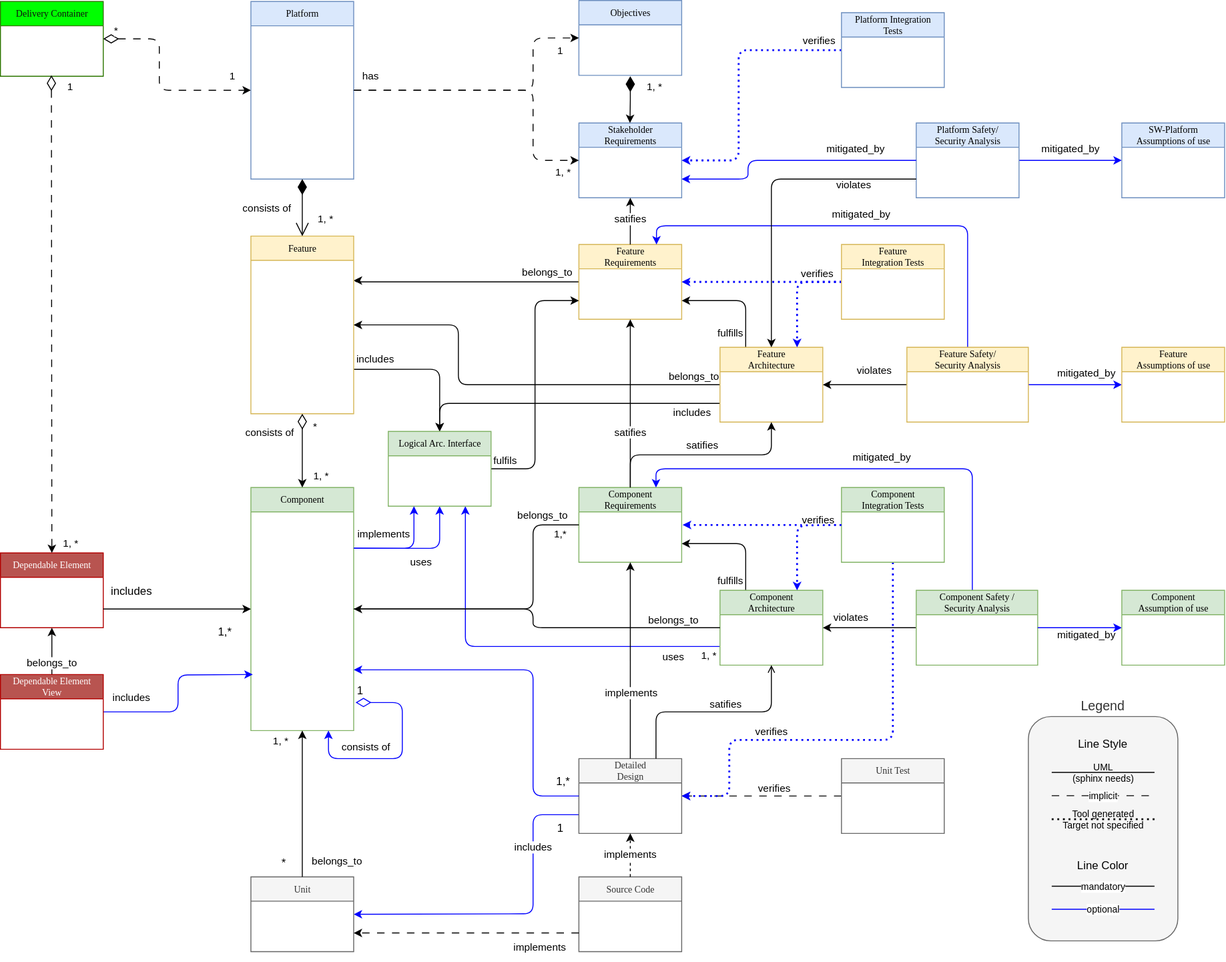
This is process/general_concepts/_assets/score_building_blocks_meta_model.drawio.svg from qorix-group/process_description, a draw.io export, as it was before one commit. Source tidied: cells renumbered, new cells last; positions are measured from the earlier drawing's top-left corner, leaving out a move shared by most shapes.
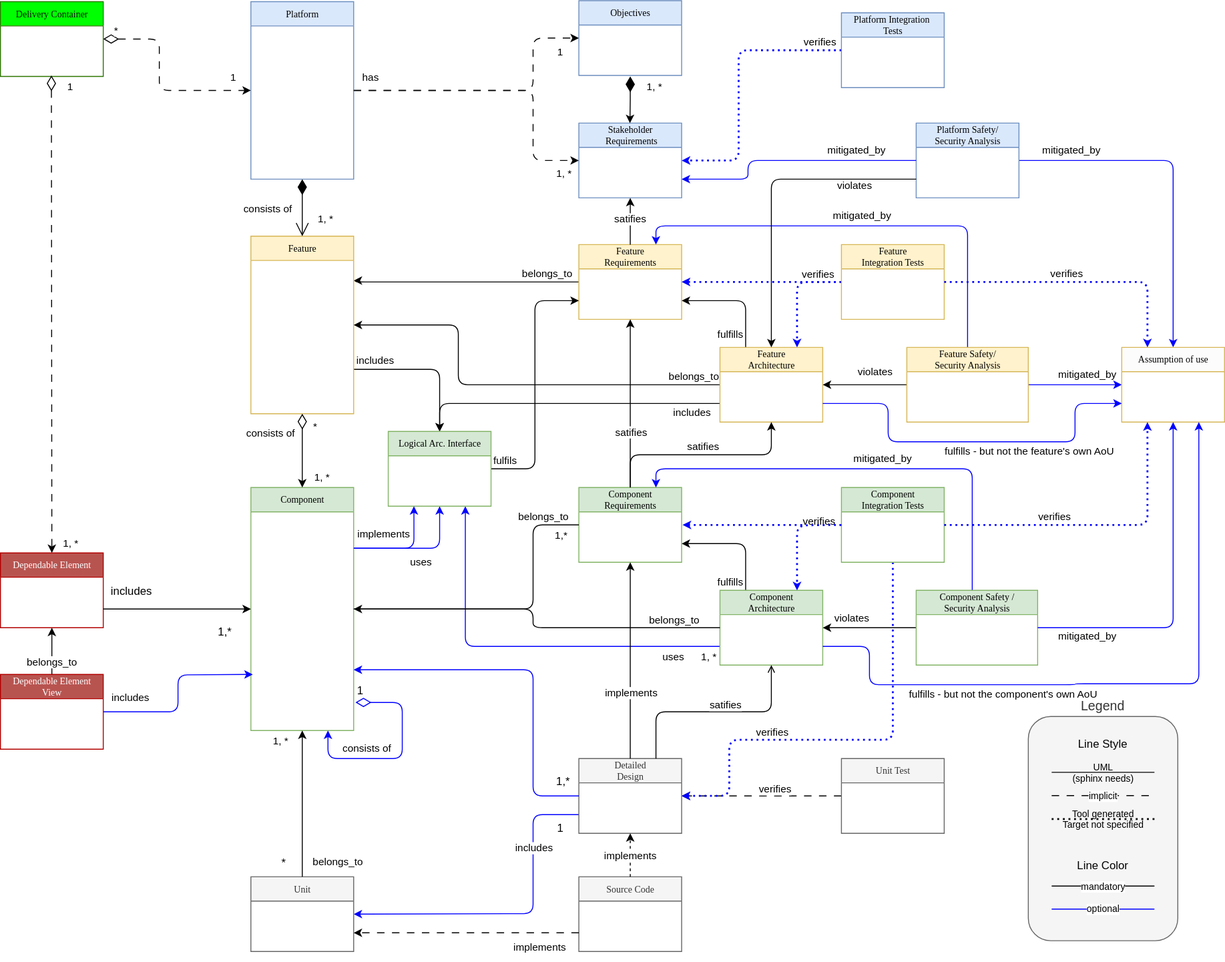
After the commit.

What changed in the source:
```diff
@@ -130,11 +130,10 @@
     <mxCell id="30" value="Source Code" style="swimlane;html=1;fontStyle=0;horizontal=1;startSize=26;fillColor=#f5f5f5;swimlaneFillColor=#ffffff;rounded=0;shadow=0;comic=0;labelBackgroundColor=none;strokeWidth=1;fontFamily=Verdana;fontSize=10;align=center;fontColor=#333333;strokeColor=#666666;" parent="1" vertex="1">
       <mxGeometry x="619" y="937.5" width="110" height="80" as="geometry" />
     </mxCell>
-    <mxCell id="31" style="edgeStyle=orthogonalEdgeStyle;rounded=0;jettySize=auto;html=1;entryX=0;entryY=0.5;entryDx=0;entryDy=0;exitX=1;exitY=0.5;exitDx=0;exitDy=0;strokeColor=#0000FF;" parent="1" edge="1" source="107" target="104">
+    <mxCell id="31" style="edgeStyle=orthogonalEdgeStyle;rounded=1;jettySize=auto;html=1;entryX=0.5;entryY=0;entryDx=0;entryDy=0;exitX=1;exitY=0.5;exitDx=0;exitDy=0;strokeColor=#0000FF;" parent="1" edge="1" source="107" target="75">
       <mxGeometry relative="1" as="geometry">
         <Array as="points">
-          <mxPoint x="1170" y="171" />
-          <mxPoint x="1170" y="171" />
+          <mxPoint x="1255" y="171" />
         </Array>
       </mxGeometry>
     </mxCell>
@@ -349,7 +348,7 @@
     <mxCell id="74" value="Feature Safety/&lt;br&gt;Security Analysis" style="swimlane;html=1;fontStyle=0;horizontal=1;startSize=26;fillColor=#fff2cc;swimlaneFillColor=#ffffff;rounded=0;shadow=0;comic=0;labelBackgroundColor=none;strokeWidth=1;fontFamily=Verdana;fontSize=10;align=center;strokeColor=#d6b656;" parent="1" vertex="1">
       <mxGeometry x="970" y="371" width="130" height="80" as="geometry" />
     </mxCell>
-    <mxCell id="75" value="Feature &lt;br&gt;Assumptions of use" style="swimlane;html=1;fontStyle=0;horizontal=1;startSize=26;fillColor=#fff2cc;swimlaneFillColor=#ffffff;rounded=0;shadow=0;comic=0;labelBackgroundColor=none;strokeWidth=1;fontFamily=Verdana;fontSize=10;align=center;strokeColor=#d6b656;" parent="1" vertex="1">
+    <mxCell id="75" value="Assumption of use" style="swimlane;html=1;fontStyle=0;horizontal=1;startSize=26;fillColor=#fcfcfc;swimlaneFillColor=#ffffff;rounded=0;shadow=0;comic=0;labelBackgroundColor=none;strokeWidth=1;fontFamily=Verdana;fontSize=10;align=center;strokeColor=#d6b656;" parent="1" vertex="1">
       <mxGeometry x="1200" y="371" width="110" height="80" as="geometry" />
     </mxCell>
     <mxCell id="76" style="edgeStyle=orthogonalEdgeStyle;rounded=1;jettySize=auto;html=1;entryX=1;entryY=0.5;entryDx=0;entryDy=0;dashed=1;curved=0;strokeColor=#0000FF;dashPattern=1 2;strokeWidth=2;endSize=3;" parent="1" edge="1" source="77" target="32">
@@ -423,12 +422,9 @@
     <mxCell id="90" value="Component Safety /&lt;br&gt;Security Analysis" style="swimlane;html=1;fontStyle=0;horizontal=1;startSize=26;fillColor=#d5e8d4;swimlaneFillColor=#ffffff;rounded=0;shadow=0;comic=0;labelBackgroundColor=none;strokeWidth=1;fontFamily=Verdana;fontSize=10;align=center;strokeColor=#82b366;" parent="1" vertex="1">
       <mxGeometry x="980" y="631" width="130" height="80" as="geometry" />
     </mxCell>
-    <mxCell id="91" style="edgeStyle=orthogonalEdgeStyle;rounded=0;jettySize=auto;html=1;entryX=1;entryY=0.5;entryDx=0;entryDy=0;startArrow=classic;startFill=1;endArrow=none;endFill=0;strokeColor=#0000FF;" parent="1" edge="1" source="92" target="90">
+    <mxCell id="91" style="edgeStyle=orthogonalEdgeStyle;rounded=1;jettySize=auto;html=1;entryX=1;entryY=0.5;entryDx=0;entryDy=0;startArrow=classic;startFill=1;endArrow=none;endFill=0;strokeColor=#0000FF;exitX=0.5;exitY=1;exitDx=0;exitDy=0;" parent="1" edge="1" source="75" target="90">
       <mxGeometry relative="1" as="geometry" />
     </mxCell>
-    <mxCell id="92" value="Component&lt;br&gt;Assumption of use" style="swimlane;html=1;fontStyle=0;horizontal=1;startSize=26;fillColor=#d5e8d4;swimlaneFillColor=#ffffff;rounded=0;shadow=0;comic=0;labelBackgroundColor=none;strokeWidth=1;fontFamily=Verdana;fontSize=10;align=center;strokeColor=#82b366;" parent="1" vertex="1">
-      <mxGeometry x="1200" y="631" width="110" height="80" as="geometry" />
-    </mxCell>
     <mxCell id="93" value="violates" style="edgeLabel;html=1;align=center;verticalAlign=middle;" parent="1" vertex="1">
       <mxGeometry x="900" y="681" as="geometry">
         <mxPoint x="10" y="-21" as="offset" />
@@ -478,9 +474,6 @@
         <mxPoint x="900" y="561" as="sourcePoint" />
       </mxGeometry>
     </mxCell>
-    <mxCell id="104" value="SW-Platform&lt;br&gt;Assumptions of use" style="swimlane;html=1;fontStyle=0;horizontal=1;startSize=26;fillColor=#dae8fc;swimlaneFillColor=#ffffff;rounded=0;shadow=0;comic=0;labelBackgroundColor=none;strokeWidth=1;fontFamily=Verdana;fontSize=10;align=center;strokeColor=#6c8ebf;" parent="1" vertex="1">
-      <mxGeometry x="1200" y="131" width="110" height="80" as="geometry" />
-    </mxCell>
     <mxCell id="105" value="mitigated_by" style="edgeLabel;html=1;align=center;verticalAlign=middle;" parent="1" vertex="1">
       <mxGeometry x="1090" y="301" as="geometry">
         <mxPoint x="55" y="-142" as="offset" />
@@ -605,5 +598,52 @@
         <mxPoint x="13" y="-8" as="offset" />
       </mxGeometry>
     </mxCell>
+    <mxCell id="130" style="edgeStyle=orthogonalEdgeStyle;rounded=1;jettySize=auto;html=1;entryX=1;entryY=0.75;entryDx=0;entryDy=0;exitX=0;exitY=0.75;exitDx=0;exitDy=0;strokeColor=#0000ff;startArrow=classic;startFill=1;endArrow=none;endFill=0;" parent="1" edge="1" source="75" target="17">
+      <mxGeometry relative="1" as="geometry">
+        <Array as="points">
+          <mxPoint x="1150" y="431" />
+          <mxPoint x="1150" y="472" />
+          <mxPoint x="950" y="472" />
+          <mxPoint x="950" y="431" />
+        </Array>
+      </mxGeometry>
+    </mxCell>
+    <mxCell id="131" value="fulfills - but not the feature's own AoU" style="edgeLabel;html=1;align=center;verticalAlign=middle;" parent="130" vertex="1">
+      <mxGeometry x="-0.28" y="1" relative="1" as="geometry">
+        <mxPoint x="4" y="8" as="offset" />
+      </mxGeometry>
+    </mxCell>
+    <mxCell id="132" style="edgeStyle=orthogonalEdgeStyle;rounded=1;jettySize=auto;html=1;exitX=0.75;exitY=1;exitDx=0;exitDy=0;strokeColor=#0000ff;startArrow=classic;startFill=1;endArrow=none;endFill=0;entryX=1;entryY=0.75;entryDx=0;entryDy=0;" parent="1" edge="1" source="75" target="50">
+      <mxGeometry relative="1" as="geometry">
+        <Array as="points">
+          <mxPoint x="1283" y="731" />
+          <mxPoint x="1150" y="731" />
+          <mxPoint x="1150" y="732" />
+          <mxPoint x="930" y="732" />
+          <mxPoint x="930" y="691" />
+        </Array>
+      </mxGeometry>
+    </mxCell>
+    <mxCell id="133" value="fulfills - but not the component's own AoU" style="edgeLabel;html=1;align=center;verticalAlign=middle;" parent="132" vertex="1">
+      <mxGeometry x="0.35" y="-2" relative="1" as="geometry">
+        <mxPoint y="11" as="offset" />
+      </mxGeometry>
+    </mxCell>
+    <mxCell id="134" style="edgeStyle=orthogonalEdgeStyle;rounded=1;jettySize=auto;html=1;entryX=0.25;entryY=0;entryDx=0;entryDy=0;dashed=1;curved=0;strokeColor=#0000FF;dashPattern=1 2;strokeWidth=2;endSize=3;exitX=1;exitY=0.5;exitDx=0;exitDy=0;" parent="1" edge="1" source="80" target="75">
+      <mxGeometry relative="1" as="geometry" />
+    </mxCell>
+    <mxCell id="135" value="verifies" style="edgeLabel;html=1;align=center;verticalAlign=middle;" parent="134" vertex="1">
+      <mxGeometry x="-0.12" y="2" relative="1" as="geometry">
+        <mxPoint x="4" y="-8" as="offset" />
+      </mxGeometry>
+    </mxCell>
+    <mxCell id="136" style="edgeStyle=orthogonalEdgeStyle;rounded=1;jettySize=auto;html=1;entryX=0.25;entryY=1;entryDx=0;entryDy=0;dashed=1;curved=0;strokeColor=#0000FF;dashPattern=1 2;strokeWidth=2;endSize=3;exitX=1;exitY=0.5;exitDx=0;exitDy=0;" parent="1" edge="1" source="87" target="75">
+      <mxGeometry relative="1" as="geometry" />
+    </mxCell>
+    <mxCell id="137" value="verifies" style="edgeLabel;html=1;align=center;verticalAlign=middle;" parent="136" vertex="1">
+      <mxGeometry x="-0.29" relative="1" as="geometry">
+        <mxPoint y="-10" as="offset" />
+      </mxGeometry>
+    </mxCell>
   </root>
 </mxGraphModel>
```
